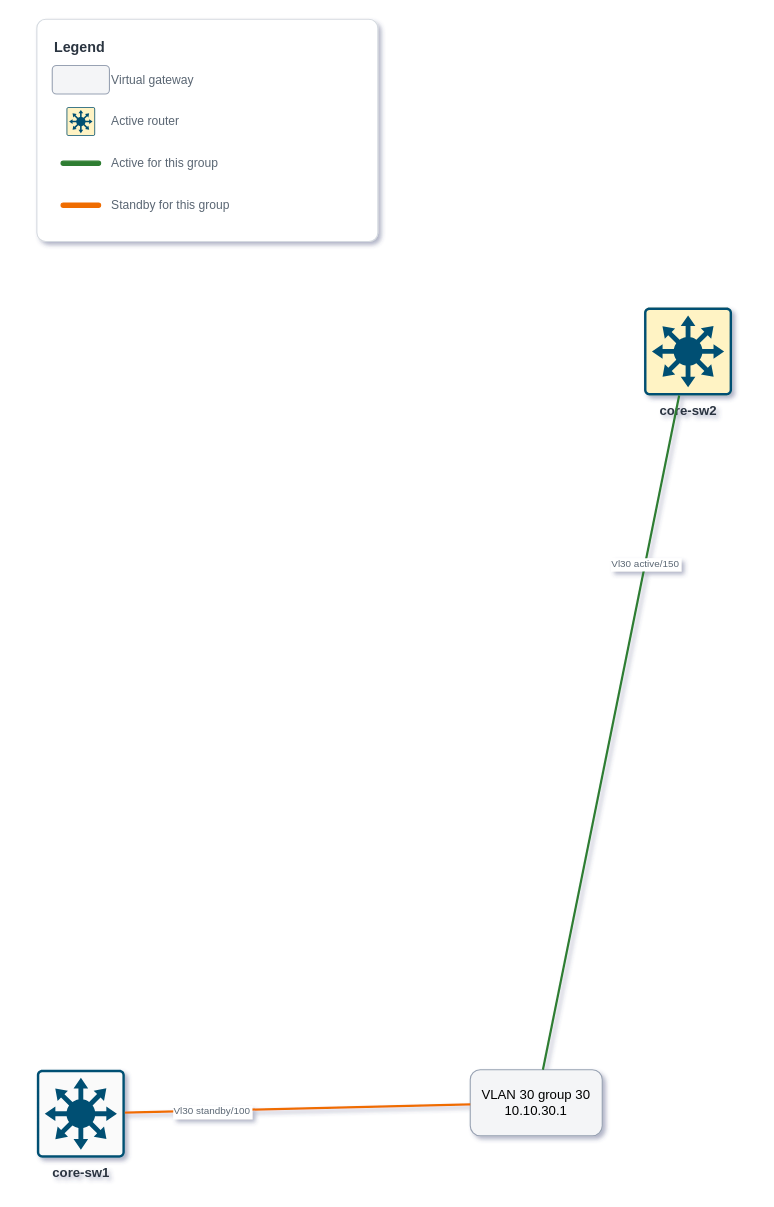
Before: examples/campus/diagrams/hsrp/hsrp_vlan30.drawio in isrferna/nettopo, a draw.io diagram. Source tidied: cells renumbered, new cells numbered last; positions are measured from the earlier drawing's top-left corner, leaving out a move shared by most shapes. Both pictures are drawn from the tidied source at 110%, with x=0, y=0 at pixel (36, 19).
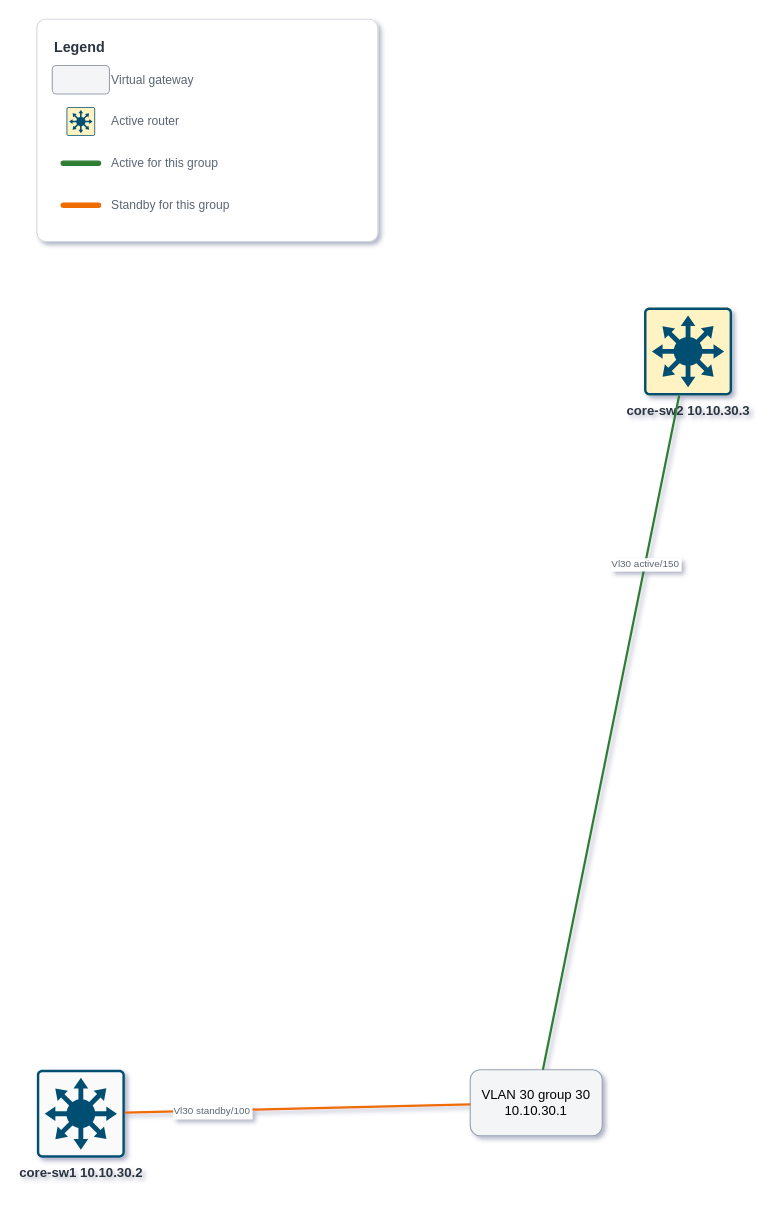
Above is the later version.

Change to the diagram source:
```diff
@@
 <mxGraphModel shadow="1">
   <root>
     <mxCell id="0" />
     <mxCell id="1" parent="0" />
     <mxCell id="2" value="VLAN 30 group 30 10.10.30.1" style="rounded=1;whiteSpace=wrap;html=1;fillColor=#F4F5F7;strokeColor=#98A2B3;" parent="1" vertex="1">
       <mxGeometry x="394" y="955" width="120" height="60" as="geometry" />
     </mxCell>
-    <mxCell id="3" value="core-sw1" style="shape=mxgraph.cisco19.rect;prIcon=l3_switch;strokeColor=#005073;sketch=0;html=1;verticalLabelPosition=bottom;verticalAlign=top;align=center;outlineConnect=0;fillColor=#FAFAFA;fontSize=12;fontColor=#2B3440;fontStyle=1;" parent="1" vertex="1">
+    <mxCell id="3" value="core-sw1 10.10.30.2" style="shape=mxgraph.cisco19.rect;prIcon=l3_switch;strokeColor=#005073;sketch=0;html=1;verticalLabelPosition=bottom;verticalAlign=top;align=center;outlineConnect=0;fillColor=#FAFAFA;fontSize=12;fontColor=#2B3440;fontStyle=1;" parent="1" vertex="1">
       <mxGeometry y="955" width="80" height="80" as="geometry" />
     </mxCell>
-    <mxCell id="4" value="core-sw2" style="shape=mxgraph.cisco19.rect;prIcon=l3_switch;strokeColor=#005073;sketch=0;html=1;verticalLabelPosition=bottom;verticalAlign=top;align=center;outlineConnect=0;fillColor=#FAFAFA;fontSize=12;fontColor=#2B3440;fontStyle=1;fillColor=#FFF3C4;strokeWidth=3;" parent="1" vertex="1">
+    <mxCell id="4" value="core-sw2 10.10.30.3" style="shape=mxgraph.cisco19.rect;prIcon=l3_switch;strokeColor=#005073;sketch=0;html=1;verticalLabelPosition=bottom;verticalAlign=top;align=center;outlineConnect=0;fillColor=#FAFAFA;fontSize=12;fontColor=#2B3440;fontStyle=1;fillColor=#FFF3C4;strokeWidth=3;" parent="1" vertex="1">
       <mxGeometry x="552" y="262" width="80" height="80" as="geometry" />
     </mxCell>
     <mxCell id="5" value="Vl30 standby/100" style="labelBackgroundColor=#FFFFFF;fontSize=9;fontColor=#5A6673;" parent="6" vertex="1">
       <mxGeometry x="-0.5" relative="1" as="geometry" />
     </mxCell>
     <mxCell id="6" style="endArrow=none;strokeColor=#EF6C00;strokeWidth=2;" parent="1" edge="1" source="3" target="2">
       <mxGeometry relative="1" as="geometry" />
     </mxCell>
     <mxCell id="7" value="Vl30 active/150" style="labelBackgroundColor=#FFFFFF;fontSize=9;fontColor=#5A6673;" parent="8" vertex="1">
       <mxGeometry x="-0.5" relative="1" as="geometry" />
     </mxCell>
     <mxCell id="8" style="endArrow=none;strokeColor=#2E7D32;strokeWidth=2;" parent="1" edge="1" source="4" target="2">
       <mxGeometry relative="1" as="geometry" />
     </mxCell>
     <mxCell id="9" style="rounded=1;arcSize=4;html=1;fillColor=#FFFFFF;strokeColor=#D5DAE0;verticalAlign=top;align=left;spacingLeft=8;" parent="1" vertex="1">
       <mxGeometry width="310" height="202" as="geometry" />
     </mxCell>
     <mxCell id="10" value="Legend" style="text;html=1;align=left;verticalAlign=middle;fontSize=13;fontStyle=1;fontColor=#2B3440;" parent="1" vertex="1">
       <mxGeometry x="14" y="14" width="282" height="22" as="geometry" />
     </mxCell>
     <mxCell id="11" style="rounded=1;whiteSpace=wrap;html=1;fillColor=#F4F5F7;strokeColor=#98A2B3;verticalLabelPosition=middle;" parent="1" vertex="1">
       <mxGeometry x="14" y="42" width="52" height="26" as="geometry" />
     </mxCell>
     <mxCell id="12" value="Virtual gateway" style="text;html=1;align=left;verticalAlign=middle;fontSize=11;fontColor=#5A6673;" parent="1" vertex="1">
       <mxGeometry x="66" y="36" width="230" height="38" as="geometry" />
     </mxCell>
     <mxCell id="13" style="shape=mxgraph.cisco19.rect;prIcon=l3_switch;strokeColor=#005073;sketch=0;html=1;verticalLabelPosition=bottom;verticalAlign=top;align=center;fillColor=#FAFAFA;fontSize=12;fontColor=#2B3440;fontStyle=1;fillColor=#FFF3C4;strokeWidth=3;verticalLabelPosition=middle;" parent="1" vertex="1">
       <mxGeometry x="27" y="80" width="26" height="26" as="geometry" />
     </mxCell>
     <mxCell id="14" value="Active router" style="text;html=1;align=left;verticalAlign=middle;fontSize=11;fontColor=#5A6673;" parent="1" vertex="1">
       <mxGeometry x="66" y="74" width="230" height="38" as="geometry" />
     </mxCell>
     <mxCell id="15" style="rounded=1;arcSize=50;html=1;fillColor=#2E7D32;strokeColor=#2E7D32;" parent="1" vertex="1">
       <mxGeometry x="22" y="129" width="36" height="4" as="geometry" />
     </mxCell>
     <mxCell id="16" value="Active for this group" style="text;html=1;align=left;verticalAlign=middle;fontSize=11;fontColor=#5A6673;" parent="1" vertex="1">
       <mxGeometry x="66" y="112" width="230" height="38" as="geometry" />
     </mxCell>
     <mxCell id="17" style="rounded=1;arcSize=50;html=1;fillColor=#EF6C00;strokeColor=#EF6C00;" parent="1" vertex="1">
       <mxGeometry x="22" y="167" width="36" height="4" as="geometry" />
     </mxCell>
     <mxCell id="18" value="Standby for this group" style="text;html=1;align=left;verticalAlign=middle;fontSize=11;fontColor=#5A6673;" parent="1" vertex="1">
       <mxGeometry x="66" y="150" width="230" height="38" as="geometry" />
     </mxCell>
   </root>
 </mxGraphModel>
```
